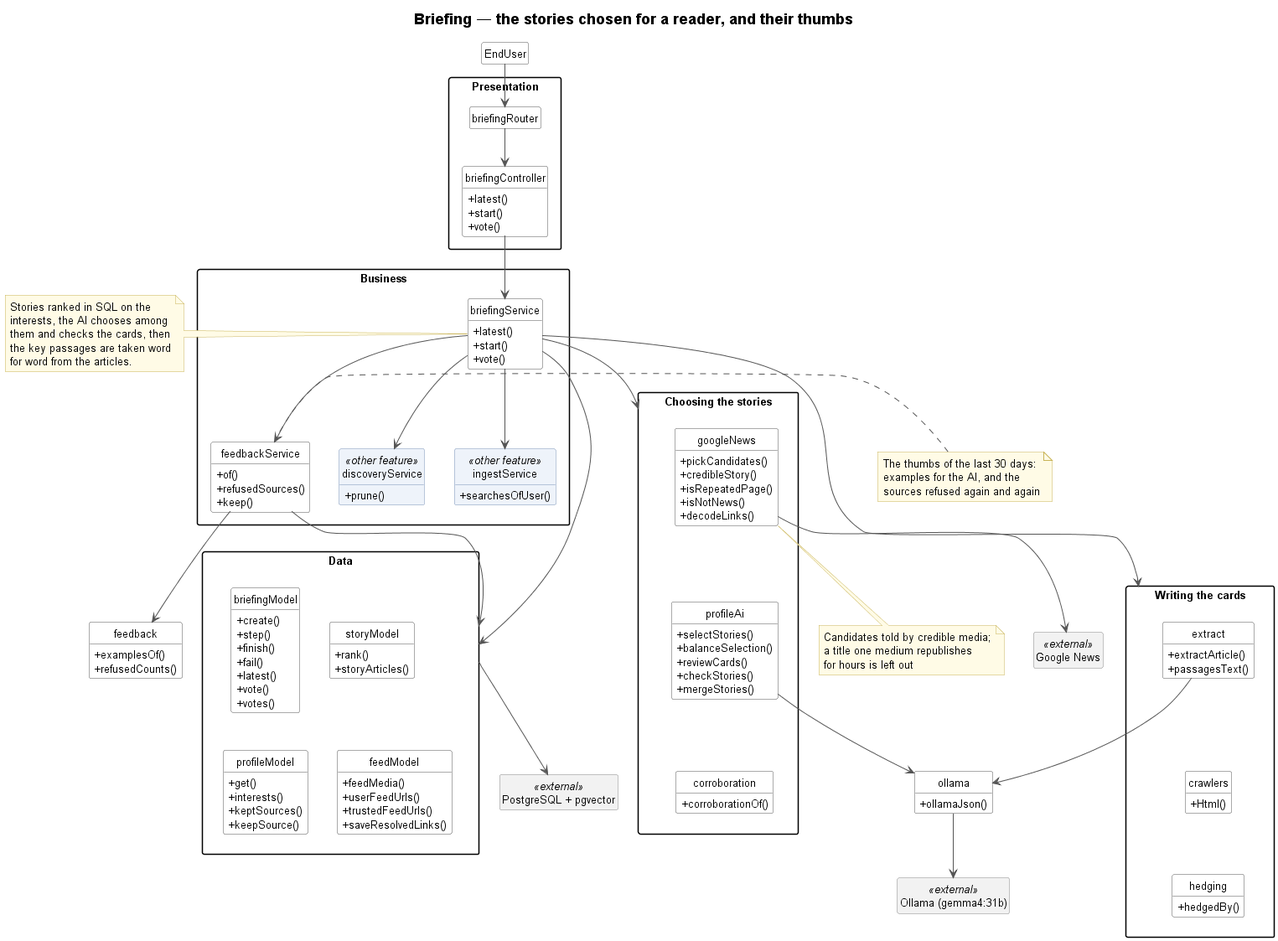
Above: docs/UML/sprint4/08-briefing.png in TPI2026-NewsGenerator/NewsGenerator-Backend (PlantUML), before the change.
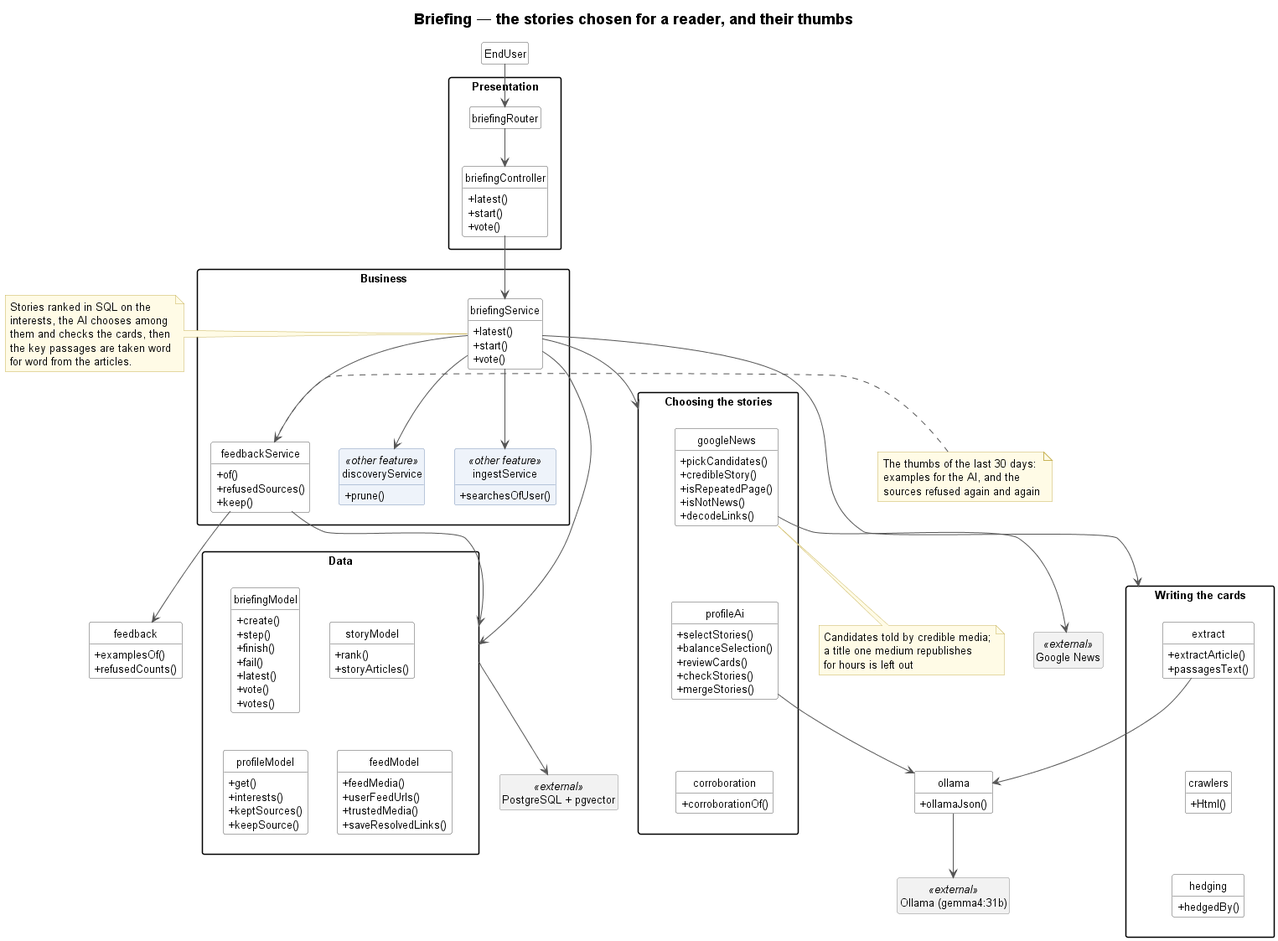
Above is the later version.

The edit, as a diff of the source:
```diff
@@ -64,7 +64,7 @@
     class feedModel {
         + feedMedia()
         + userFeedUrls()
-        + trustedFeedUrls()
+        + trustedMedia()
         + saveResolvedLinks()
     }
 }
```
